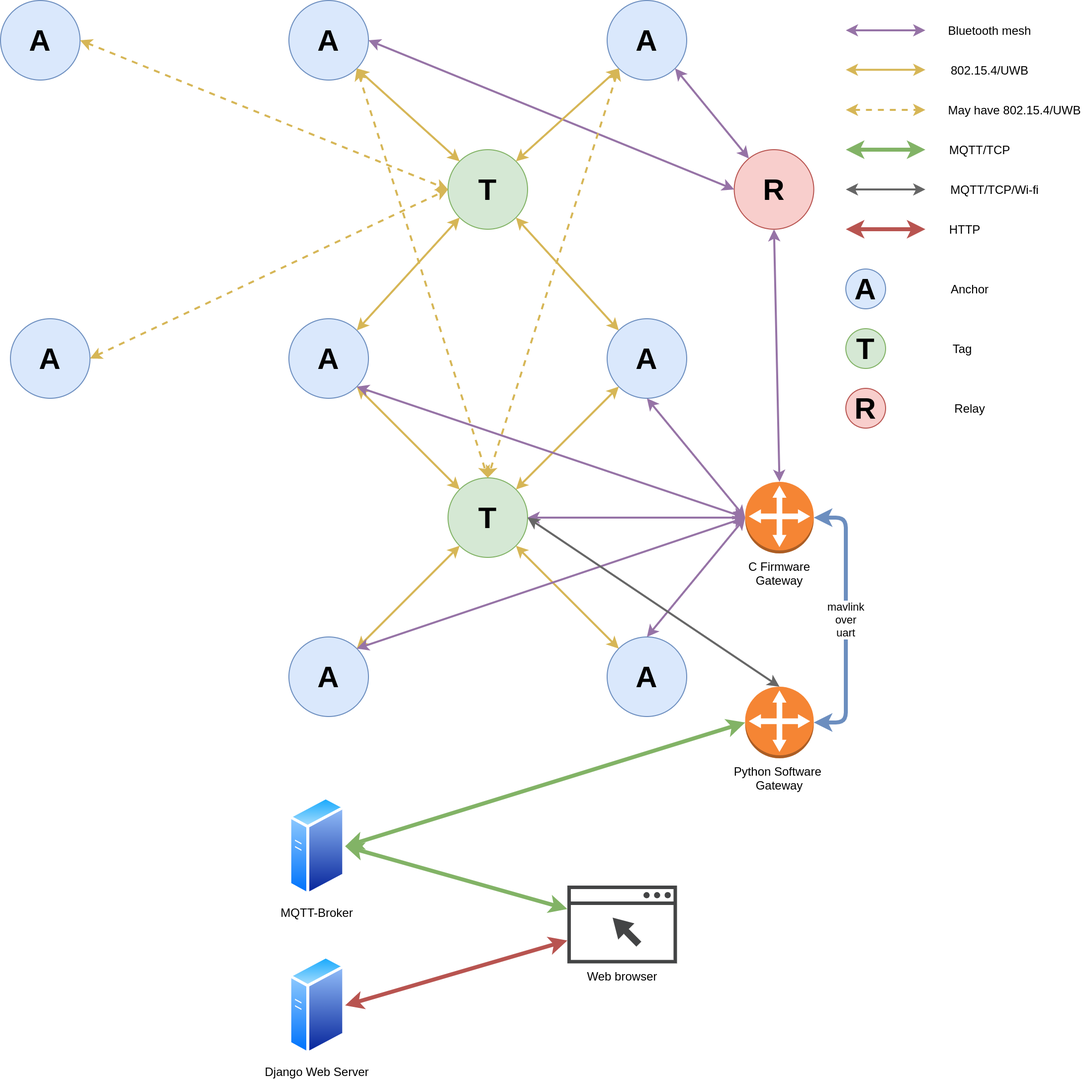
Earlier version of the draw.io export reports/06_result/img/system_overview.png (tuannv-github/uwb-ips). Source tidied: cells renumbered, new cells last; positions are measured from the earlier drawing's top-left corner, leaving out a move shared by most shapes.
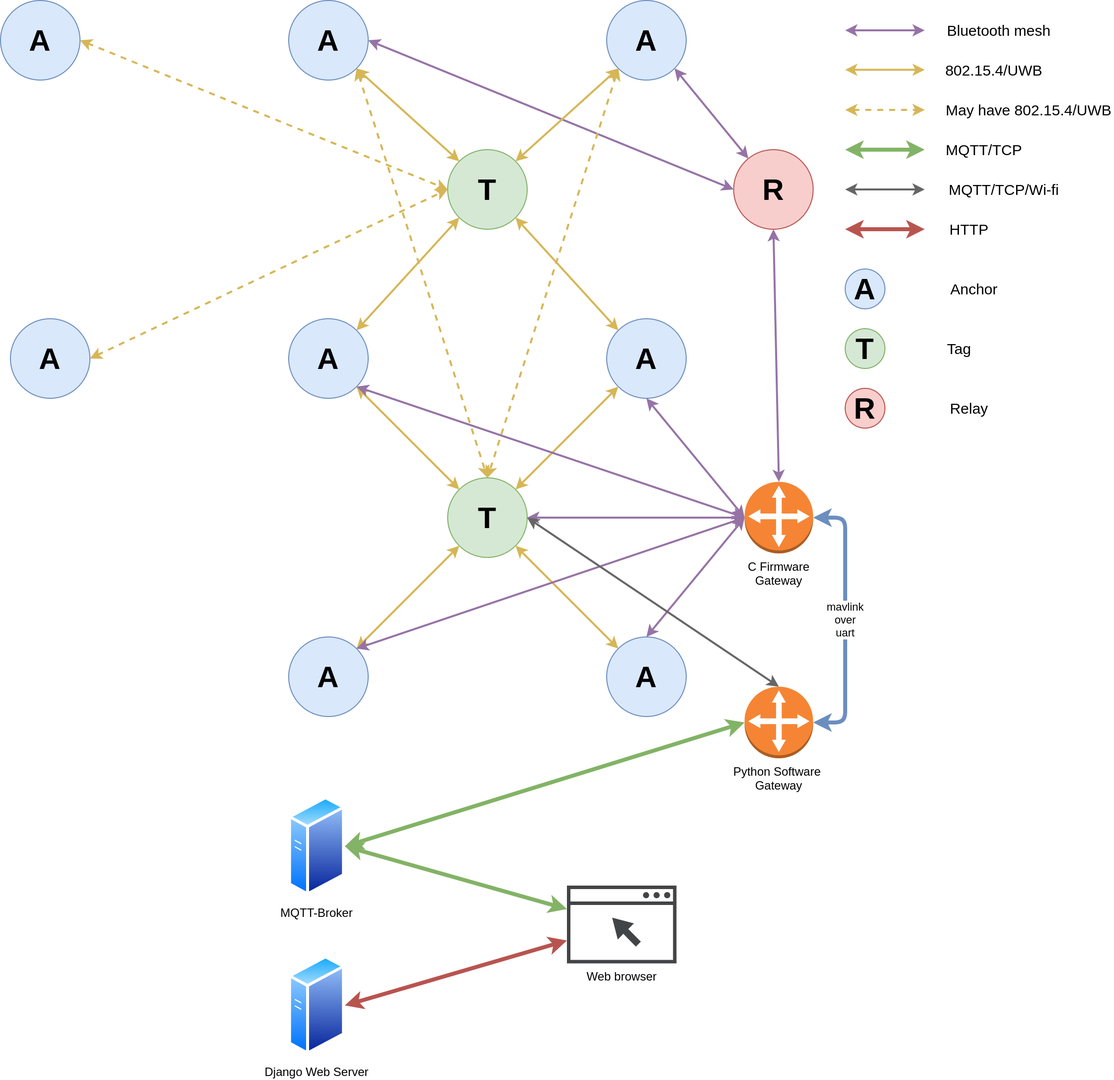
The same diagram one commit later.

Diff of the diagram source:
```diff
@@ -124,11 +124,11 @@
         <mxPoint x="850" y="30" as="targetPoint" />
       </mxGeometry>
     </mxCell>
-    <mxCell id="40" value="Bluetooth mesh" style="text;html=1;strokeColor=none;fillColor=none;align=center;verticalAlign=middle;whiteSpace=wrap;rounded=0;" parent="1" vertex="1">
-      <mxGeometry x="950" y="20" width="90" height="20" as="geometry" />
+    <mxCell id="40" value="&lt;font style=&quot;font-size: 15px&quot;&gt;Bluetooth mesh&lt;/font&gt;" style="text;html=1;strokeColor=none;fillColor=none;align=center;verticalAlign=middle;whiteSpace=wrap;rounded=0;" parent="1" vertex="1">
+      <mxGeometry x="950" y="20" width="110" height="20" as="geometry" />
     </mxCell>
-    <mxCell id="41" value="802.15.4/UWB" style="text;html=1;strokeColor=none;fillColor=none;align=center;verticalAlign=middle;whiteSpace=wrap;rounded=0;" parent="1" vertex="1">
-      <mxGeometry x="950" y="60" width="90" height="20" as="geometry" />
+    <mxCell id="41" value="&lt;font style=&quot;font-size: 15px&quot;&gt;802.15.4/UWB&lt;/font&gt;" style="text;html=1;strokeColor=none;fillColor=none;align=center;verticalAlign=middle;whiteSpace=wrap;rounded=0;" parent="1" vertex="1">
+      <mxGeometry x="950" y="60" width="100" height="20" as="geometry" />
     </mxCell>
     <mxCell id="42" style="endArrow=classic;startArrow=classic;html=1;fillColor=#fff2cc;strokeColor=#d6b656;strokeWidth=2;" parent="1" edge="1">
       <mxGeometry relative="1" as="geometry">
@@ -142,8 +142,8 @@
         <mxPoint x="850" y="150" as="targetPoint" />
       </mxGeometry>
     </mxCell>
-    <mxCell id="44" value="MQTT/TCP" style="text;html=1;strokeColor=none;fillColor=none;align=center;verticalAlign=middle;whiteSpace=wrap;rounded=0;" parent="1" vertex="1">
-      <mxGeometry x="950" y="140" width="70" height="20" as="geometry" />
+    <mxCell id="44" value="&lt;font style=&quot;font-size: 15px&quot;&gt;MQTT/TCP&lt;/font&gt;" style="text;html=1;strokeColor=none;fillColor=none;align=center;verticalAlign=middle;whiteSpace=wrap;rounded=0;" parent="1" vertex="1">
+      <mxGeometry x="950" y="140" width="80" height="20" as="geometry" />
     </mxCell>
     <mxCell id="45" style="endArrow=classic;startArrow=classic;html=1;strokeWidth=2;fillColor=#f5f5f5;strokeColor=#666666;" parent="1" edge="1">
       <mxGeometry relative="1" as="geometry">
@@ -151,8 +151,8 @@
         <mxPoint x="850" y="190" as="targetPoint" />
       </mxGeometry>
     </mxCell>
-    <mxCell id="46" value="MQTT/TCP/Wi-fi" style="text;html=1;strokeColor=none;fillColor=none;align=center;verticalAlign=middle;whiteSpace=wrap;rounded=0;" parent="1" vertex="1">
-      <mxGeometry x="950" y="180" width="100" height="20" as="geometry" />
+    <mxCell id="46" value="&lt;font style=&quot;font-size: 15px&quot;&gt;MQTT/TCP/Wi-fi&lt;/font&gt;" style="text;html=1;strokeColor=none;fillColor=none;align=center;verticalAlign=middle;whiteSpace=wrap;rounded=0;" parent="1" vertex="1">
+      <mxGeometry x="950" y="180" width="120" height="20" as="geometry" />
     </mxCell>
     <mxCell id="47" style="endArrow=classic;startArrow=classic;html=1;fillColor=#fff2cc;strokeColor=#d6b656;strokeWidth=2;dashed=1;" parent="1" edge="1">
       <mxGeometry relative="1" as="geometry">
@@ -160,8 +160,8 @@
         <mxPoint x="930" y="110" as="targetPoint" />
       </mxGeometry>
     </mxCell>
-    <mxCell id="48" value="May have 802.15.4/UWB" style="text;html=1;strokeColor=none;fillColor=none;align=center;verticalAlign=middle;whiteSpace=wrap;rounded=0;" parent="1" vertex="1">
-      <mxGeometry x="950" y="100" width="140" height="20" as="geometry" />
+    <mxCell id="48" value="&lt;font style=&quot;font-size: 15px&quot;&gt;May have 802.15.4/UWB&lt;/font&gt;" style="text;html=1;strokeColor=none;fillColor=none;align=center;verticalAlign=middle;whiteSpace=wrap;rounded=0;" parent="1" vertex="1">
+      <mxGeometry x="950" y="100" width="170" height="20" as="geometry" />
     </mxCell>
     <mxCell id="49" style="endArrow=classic;startArrow=classic;html=1;fillColor=#f8cecc;strokeColor=#b85450;strokeWidth=4;" parent="1" edge="1">
       <mxGeometry relative="1" as="geometry">
@@ -169,25 +169,25 @@
         <mxPoint x="850" y="230" as="targetPoint" />
       </mxGeometry>
     </mxCell>
-    <mxCell id="50" value="HTTP" style="text;html=1;strokeColor=none;fillColor=none;align=center;verticalAlign=middle;whiteSpace=wrap;rounded=0;" parent="1" vertex="1">
-      <mxGeometry x="950" y="220" width="40" height="20" as="geometry" />
+    <mxCell id="50" value="&lt;font style=&quot;font-size: 15px&quot;&gt;HTTP&lt;/font&gt;" style="text;html=1;strokeColor=none;fillColor=none;align=center;verticalAlign=middle;whiteSpace=wrap;rounded=0;" parent="1" vertex="1">
+      <mxGeometry x="955" y="220" width="40" height="20" as="geometry" />
     </mxCell>
     <mxCell id="51" value="&lt;font style=&quot;font-size: 30px&quot;&gt;&lt;b&gt;A&lt;/b&gt;&lt;/font&gt;" style="ellipse;whiteSpace=wrap;html=1;fillColor=#dae8fc;strokeColor=#6c8ebf;" parent="1" vertex="1">
       <mxGeometry x="850" y="270" width="40" height="40" as="geometry" />
     </mxCell>
-    <mxCell id="52" value="Anchor" style="text;html=1;strokeColor=none;fillColor=none;align=center;verticalAlign=middle;whiteSpace=wrap;rounded=0;" parent="1" vertex="1">
-      <mxGeometry x="950" y="280" width="50" height="20" as="geometry" />
+    <mxCell id="52" value="&lt;font style=&quot;font-size: 15px&quot;&gt;Anchor&lt;/font&gt;" style="text;html=1;strokeColor=none;fillColor=none;align=center;verticalAlign=middle;whiteSpace=wrap;rounded=0;" parent="1" vertex="1">
+      <mxGeometry x="955" y="280" width="50" height="20" as="geometry" />
     </mxCell>
     <mxCell id="53" value="&lt;font style=&quot;font-size: 30px&quot;&gt;&lt;b&gt;T&lt;/b&gt;&lt;/font&gt;" style="ellipse;whiteSpace=wrap;html=1;fillColor=#d5e8d4;strokeColor=#82b366;" parent="1" vertex="1">
       <mxGeometry x="850" y="330" width="40" height="40" as="geometry" />
     </mxCell>
-    <mxCell id="54" value="Tag" style="text;html=1;strokeColor=none;fillColor=none;align=center;verticalAlign=middle;whiteSpace=wrap;rounded=0;" parent="1" vertex="1">
-      <mxGeometry x="950" y="340" width="35" height="20" as="geometry" />
+    <mxCell id="54" value="&lt;font style=&quot;font-size: 15px&quot;&gt;Tag&lt;/font&gt;" style="text;html=1;strokeColor=none;fillColor=none;align=center;verticalAlign=middle;whiteSpace=wrap;rounded=0;" parent="1" vertex="1">
+      <mxGeometry x="950" y="340" width="30" height="20" as="geometry" />
     </mxCell>
     <mxCell id="55" value="&lt;font style=&quot;font-size: 30px&quot;&gt;&lt;b&gt;R&lt;/b&gt;&lt;/font&gt;" style="ellipse;whiteSpace=wrap;html=1;fillColor=#f8cecc;strokeColor=#b85450;direction=south;" parent="1" vertex="1">
       <mxGeometry x="850" y="390" width="40" height="40" as="geometry" />
     </mxCell>
-    <mxCell id="56" value="Relay" style="text;html=1;strokeColor=none;fillColor=none;align=center;verticalAlign=middle;whiteSpace=wrap;rounded=0;" parent="1" vertex="1">
+    <mxCell id="56" value="&lt;font style=&quot;font-size: 15px&quot;&gt;Relay&lt;/font&gt;" style="text;html=1;strokeColor=none;fillColor=none;align=center;verticalAlign=middle;whiteSpace=wrap;rounded=0;" parent="1" vertex="1">
       <mxGeometry x="950" y="400" width="50" height="20" as="geometry" />
     </mxCell>
     <mxCell id="57" value="&lt;font style=&quot;font-size: 30px&quot;&gt;&lt;b&gt;A&lt;/b&gt;&lt;/font&gt;" style="ellipse;whiteSpace=wrap;html=1;fillColor=#dae8fc;strokeColor=#6c8ebf;" parent="1" vertex="1">
```
